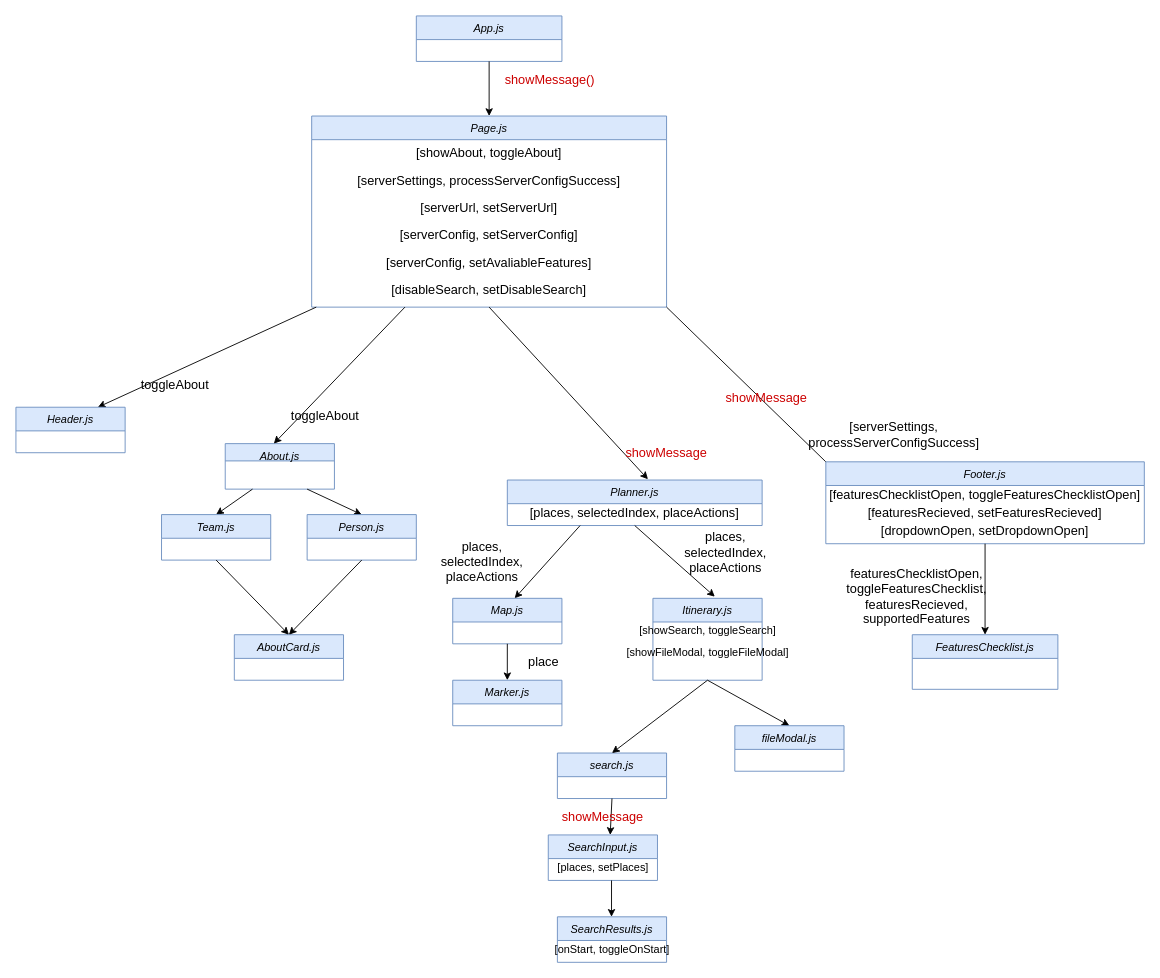
Earlier version of the draw.io diagram reports/images/Component Diagram.drawio (tmanbarton/cs314Project). Source tidied: cells renumbered, new cells numbered last; positions are measured from the earlier drawing's top-left corner, leaving out a move shared by most shapes. Both pictures are drawn from the tidied source at 91%, with x=0, y=0 at pixel (15, 15).
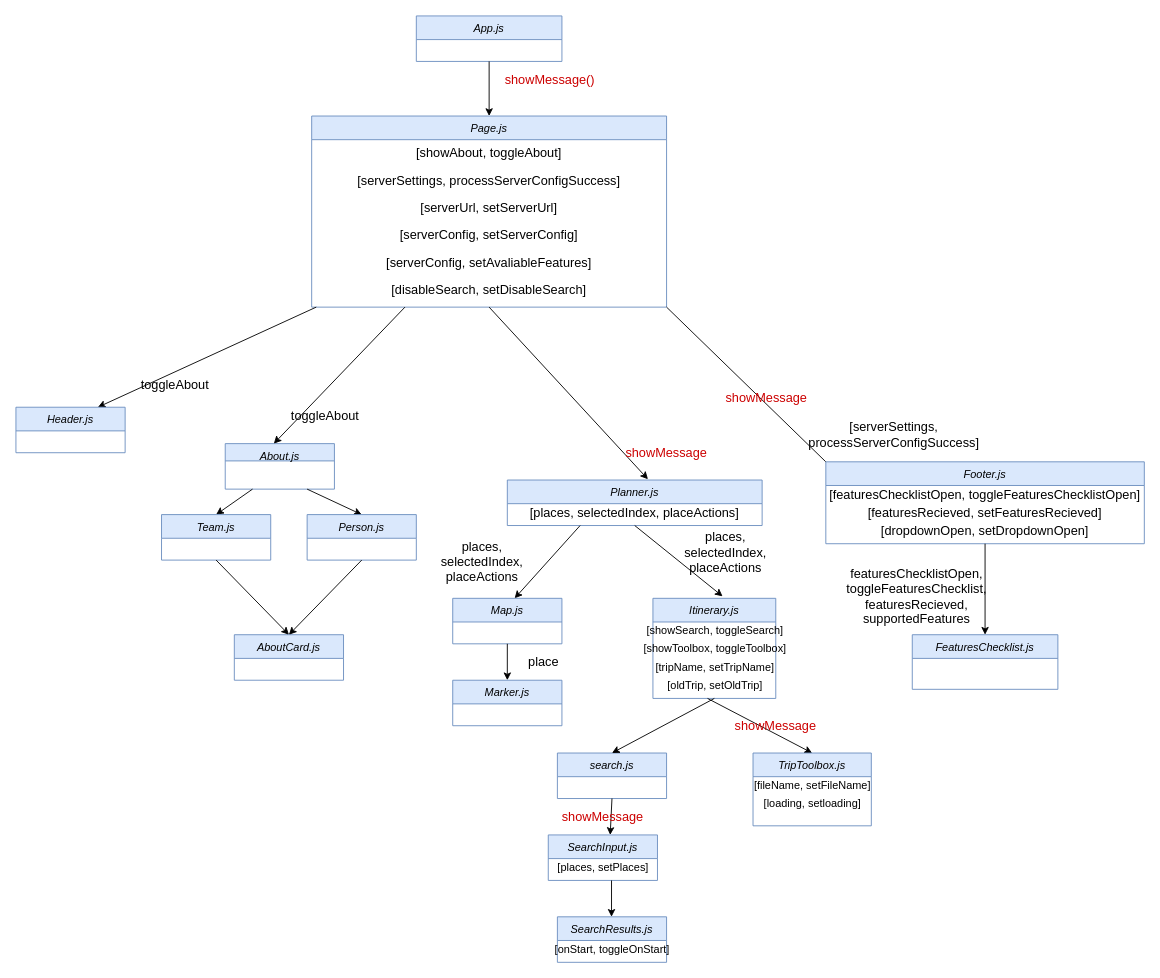
The same page after the edit.

Commit message (it also covers changes not shown here):
Updated Component Diagram and Created new client diagram

What changed in the source:
```diff
@@
     <mxCell id="32" value="Itinerary.js" style="swimlane;fontStyle=2;align=center;verticalAlign=top;horizontal=1;startSize=26;rounded=0;shadow=0;strokeWidth=1;fillColor=#dae8fc;strokeColor=#6c8ebf;" parent="1" vertex="1">
-      <mxGeometry x="700" y="640" width="120" height="90" as="geometry" />
+      <mxGeometry x="700" y="640" width="135" height="110" as="geometry" />
     </mxCell>
     <mxCell id="33" value="[showSearch, toggleSearch]" style="text;html=1;align=center;verticalAlign=middle;strokeColor=none;fillColor=none;" parent="32" vertex="1">
-      <mxGeometry y="26" width="120" height="20" as="geometry" />
+      <mxGeometry y="26" width="135" height="20" as="geometry" />
     </mxCell>
+    <mxCell id="62" value="[showToolbox, toggleToolbox]" style="text;html=1;align=center;verticalAlign=middle;strokeColor=none;fillColor=none;" parent="32" vertex="1">
+      <mxGeometry y="46" width="135" height="20" as="geometry" />
+    </mxCell>
+    <mxCell id="60" value="[tripName, setTripName]" style="text;html=1;align=center;verticalAlign=middle;points=[];strokeColor=none;fillColor=none;" parent="32" vertex="1">
+      <mxGeometry y="66" width="135" height="20" as="geometry" />
+    </mxCell>
+    <mxCell id="63" value="[oldTrip, setOldTrip]" style="text;html=1;align=center;verticalAlign=middle;strokeColor=none;fillColor=none;" parent="32" vertex="1">
+      <mxGeometry y="86" width="135" height="20" as="geometry" />
+    </mxCell>
@@
     <mxCell id="58" style="endArrow=classic;html=1;startArrow=none;entryX=0.5;entryY=0;entryDx=0;entryDy=0;" parent="1" edge="1" target="59">
       <mxGeometry relative="1" as="geometry">
-        <mxPoint x="760" y="730" as="sourcePoint" />
+        <mxPoint x="760" y="750" as="sourcePoint" />
       </mxGeometry>
     </mxCell>
-    <mxCell id="59" value="fileModal.js" style="swimlane;fontStyle=2;align=center;verticalAlign=top;horizontal=1;startSize=26;rounded=0;shadow=0;strokeWidth=1;fillColor=#dae8fc;strokeColor=#6c8ebf;" parent="1" vertex="1">
-      <mxGeometry x="790" y="780" width="120" height="50" as="geometry" />
+    <mxCell id="59" value="TripToolbox.js" style="swimlane;fontStyle=2;align=center;verticalAlign=top;horizontal=1;startSize=26;rounded=0;shadow=0;strokeWidth=1;fillColor=#dae8fc;strokeColor=#6c8ebf;" parent="1" vertex="1">
+      <mxGeometry x="810" y="810" width="130" height="80" as="geometry" />
     </mxCell>
-    <mxCell id="60" value="[showFileModal, toggleFileModal]" style="text;html=1;align=center;verticalAlign=middle;points=[];strokeColor=none;fillColor=none;" parent="1" vertex="1">
-      <mxGeometry x="665" y="690" width="190" height="20" as="geometry" />
-    </mxCell>
-    <mxCell id="61" style="endArrow=none;html=1;" parent="1" edge="1" target="60">
-      <mxGeometry relative="1" as="geometry">
-        <mxPoint x="760" y="690" as="sourcePoint" />
-      </mxGeometry>
-    </mxCell>
+    <mxCell id="64" value="[fileName, setFileName]" style="text;html=1;align=center;verticalAlign=middle;strokeColor=none;fillColor=none;" parent="59" vertex="1">
+      <mxGeometry y="26" width="130" height="20" as="geometry" />
+    </mxCell>
+    <mxCell id="65" value="[loading, setloading]" style="text;html=1;align=center;verticalAlign=middle;strokeColor=none;fillColor=none;" parent="59" vertex="1">
+      <mxGeometry y="46" width="130" height="20" as="geometry" />
+    </mxCell>
+    <mxCell id="66" value="&lt;span style=&quot;color: rgb(204 , 0 , 0)&quot;&gt;showMessage&lt;/span&gt;" style="text;html=1;strokeColor=none;fillColor=none;align=center;verticalAlign=middle;whiteSpace=wrap;rounded=0;fontSize=14;fontColor=#FF0000;" parent="1" vertex="1">
+      <mxGeometry x="780" y="770" width="110" height="20" as="geometry" />
+    </mxCell>
```
